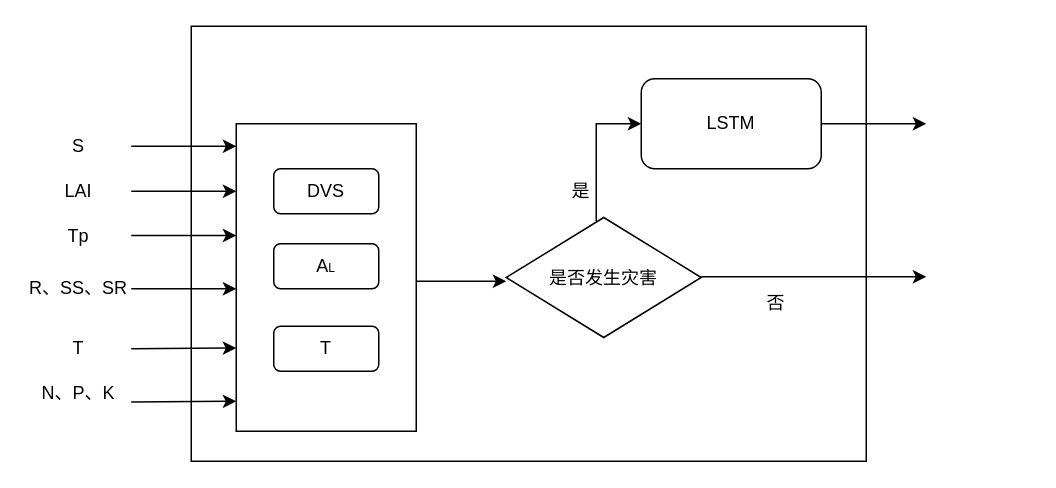
Before: 毕设-后端算法框架.drawio in Kakoyi945/cloud, a draw.io diagram. Source tidied: cells renumbered, new cells numbered last; positions are measured from the earlier drawing's top-left corner, leaving out a move shared by most shapes. Both pictures are drawn from the tidied source at 150%, with x=0, y=0 at pixel (26, 26).
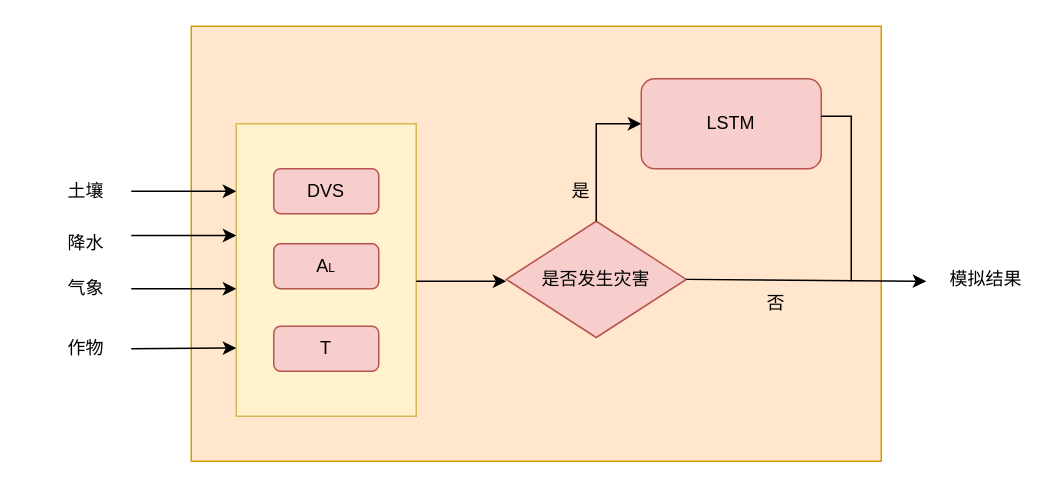
The same page after the edit.

Commit message (it also covers changes not shown here):
更新毕设-后端算法框架.drawio

The edit, as a diff of the source:
```diff
@@
-    <mxCell id="2" style="rounded=0;whiteSpace=wrap;html=1;" parent="1" vertex="1">
-      <mxGeometry x="110" width="450" height="290" as="geometry" />
+    <mxCell id="2" style="rounded=0;whiteSpace=wrap;html=1;fillColor=#ffe6cc;strokeColor=#d79b00;" parent="1" vertex="1">
+      <mxGeometry x="110" width="460" height="290" as="geometry" />
     </mxCell>
-    <mxCell id="3" style="rounded=0;whiteSpace=wrap;html=1;" parent="1" vertex="1">
-      <mxGeometry x="140" y="65" width="120" height="205" as="geometry" />
+    <mxCell id="3" style="rounded=0;whiteSpace=wrap;html=1;fillColor=#fff2cc;strokeColor=#d6b656;" parent="1" vertex="1">
+      <mxGeometry x="140" y="65" width="120" height="195" as="geometry" />
     </mxCell>
-    <mxCell id="4" value="DVS" style="rounded=1;whiteSpace=wrap;html=1;" parent="1" vertex="1">
+    <mxCell id="4" value="DVS" style="rounded=1;whiteSpace=wrap;html=1;fillColor=#f8cecc;strokeColor=#b85450;" parent="1" vertex="1">
       <mxGeometry x="165" y="95" width="70" height="30" as="geometry" />
     </mxCell>
-    <mxCell id="5" value="是否发生灾害" style="rhombus;whiteSpace=wrap;html=1;" parent="1" vertex="1">
-      <mxGeometry x="320" y="127.5" width="130" height="80" as="geometry" />
+    <mxCell id="5" value="是否发生灾害" style="rhombus;whiteSpace=wrap;html=1;fillColor=#f8cecc;strokeColor=#b85450;" parent="1" vertex="1">
+      <mxGeometry x="320" y="130" width="120" height="77.5" as="geometry" />
     </mxCell>
-    <mxCell id="6" value="A&lt;font style=&quot;font-size: 8px;&quot;&gt;L&lt;/font&gt;" style="rounded=1;whiteSpace=wrap;html=1;" parent="1" vertex="1">
+    <mxCell id="6" value="A&lt;font style=&quot;font-size: 8px;&quot;&gt;L&lt;/font&gt;" style="rounded=1;whiteSpace=wrap;html=1;fillColor=#f8cecc;strokeColor=#b85450;" parent="1" vertex="1">
       <mxGeometry x="165" y="145" width="70" height="30" as="geometry" />
     </mxCell>
-    <mxCell id="7" value="T" style="rounded=1;whiteSpace=wrap;html=1;" parent="1" vertex="1">
+    <mxCell id="7" value="T" style="rounded=1;whiteSpace=wrap;html=1;fillColor=#f8cecc;strokeColor=#b85450;" parent="1" vertex="1">
       <mxGeometry x="165" y="200" width="70" height="30" as="geometry" />
     </mxCell>
@@
-    <mxCell id="12" value="LAI" style="text;html=1;strokeColor=none;fillColor=none;align=center;verticalAlign=middle;whiteSpace=wrap;rounded=0;" parent="1" vertex="1">
-      <mxGeometry x="5" y="95" width="60" height="30" as="geometry" />
+    <mxCell id="12" value="土壤" style="text;html=1;strokeColor=none;fillColor=none;align=center;verticalAlign=middle;whiteSpace=wrap;rounded=0;" parent="1" vertex="1">
+      <mxGeometry x="10" y="95" width="60" height="30" as="geometry" />
     </mxCell>
-    <mxCell id="13" value="Tp" style="text;html=1;strokeColor=none;fillColor=none;align=center;verticalAlign=middle;whiteSpace=wrap;rounded=0;" parent="1" vertex="1">
-      <mxGeometry x="5" y="125" width="60" height="30" as="geometry" />
+    <mxCell id="13" value="降水" style="text;html=1;strokeColor=none;fillColor=none;align=center;verticalAlign=middle;whiteSpace=wrap;rounded=0;" parent="1" vertex="1">
+      <mxGeometry x="10" y="130" width="60" height="30" as="geometry" />
     </mxCell>
-    <mxCell id="14" value="R、SS、SR" style="text;html=1;strokeColor=none;fillColor=none;align=center;verticalAlign=middle;whiteSpace=wrap;rounded=0;" parent="1" vertex="1">
-      <mxGeometry y="160" width="70" height="30" as="geometry" />
+    <mxCell id="14" value="气象" style="text;html=1;strokeColor=none;fillColor=none;align=center;verticalAlign=middle;whiteSpace=wrap;rounded=0;" parent="1" vertex="1">
+      <mxGeometry x="5" y="160" width="70" height="30" as="geometry" />
     </mxCell>
-    <mxCell id="15" value="T" style="text;html=1;strokeColor=none;fillColor=none;align=center;verticalAlign=middle;whiteSpace=wrap;rounded=0;" parent="1" vertex="1">
-      <mxGeometry x="5" y="200" width="60" height="30" as="geometry" />
-    </mxCell>
-    <mxCell id="16" style="endArrow=classic;html=1;rounded=0;" parent="1" edge="1">
-      <mxGeometry relative="1" as="geometry">
-        <mxPoint x="70" y="250.5" as="sourcePoint" />
-        <mxPoint x="140" y="250" as="targetPoint" />
-      </mxGeometry>
-    </mxCell>
-    <mxCell id="17" value="N、P、K" style="text;html=1;strokeColor=none;fillColor=none;align=center;verticalAlign=middle;whiteSpace=wrap;rounded=0;" parent="1" vertex="1">
-      <mxGeometry x="5" y="230" width="60" height="30" as="geometry" />
-    </mxCell>
-    <mxCell id="18" style="endArrow=classic;html=1;rounded=0;" parent="1" edge="1">
-      <mxGeometry relative="1" as="geometry">
-        <mxPoint x="70" y="80" as="sourcePoint" />
-        <mxPoint x="140" y="80" as="targetPoint" />
-      </mxGeometry>
-    </mxCell>
-    <mxCell id="19" value="S" style="text;html=1;strokeColor=none;fillColor=none;align=center;verticalAlign=middle;whiteSpace=wrap;rounded=0;" parent="1" vertex="1">
-      <mxGeometry x="5" y="65" width="60" height="30" as="geometry" />
+    <mxCell id="19" value="作物" style="text;html=1;strokeColor=none;fillColor=none;align=center;verticalAlign=middle;whiteSpace=wrap;rounded=0;" parent="1" vertex="1">
+      <mxGeometry x="10" y="200" width="60" height="30" as="geometry" />
     </mxCell>
@@
-    <mxCell id="22" value="LSTM" style="rounded=1;whiteSpace=wrap;html=1;" parent="1" vertex="1">
+    <mxCell id="22" value="LSTM" style="rounded=1;whiteSpace=wrap;html=1;fillColor=#f8cecc;strokeColor=#b85450;" parent="1" vertex="1">
       <mxGeometry x="410" y="35" width="120" height="60" as="geometry" />
     </mxCell>
-    <mxCell id="23" style="endArrow=classic;html=1;rounded=0;" parent="1" edge="1">
-      <mxGeometry relative="1" as="geometry">
-        <mxPoint x="530" y="65" as="sourcePoint" />
-        <mxPoint x="600" y="65" as="targetPoint" />
-      </mxGeometry>
-    </mxCell>
-    <mxCell id="24" style="endArrow=classic;html=1;rounded=0;" parent="1" edge="1">
+    <mxCell id="24" style="endArrow=classic;html=1;rounded=0;exitX=1;exitY=0.5;exitDx=0;exitDy=0;" parent="1" edge="1" source="5">
       <mxGeometry relative="1" as="geometry">
-        <mxPoint x="450" y="167" as="sourcePoint" />
-        <mxPoint x="600" y="167" as="targetPoint" />
+        <mxPoint x="600" y="170" as="targetPoint" />
       </mxGeometry>
     </mxCell>
@@
+    <mxCell id="27" style="endArrow=none;html=1;rounded=0;exitX=1;exitY=0.417;exitDx=0;exitDy=0;exitPerimeter=0;" parent="1" edge="1" source="22">
+      <mxGeometry relative="1" as="geometry">
+        <mxPoint x="550" y="170" as="targetPoint" />
+        <Array as="points">
+          <mxPoint x="550" y="60" />
+        </Array>
+      </mxGeometry>
+    </mxCell>
+    <mxCell id="28" value="模拟结果" style="text;html=1;strokeColor=none;fillColor=none;align=center;verticalAlign=middle;whiteSpace=wrap;rounded=0;" parent="1" vertex="1">
+      <mxGeometry x="610" y="153.8" width="60" height="30" as="geometry" />
+    </mxCell>
```
